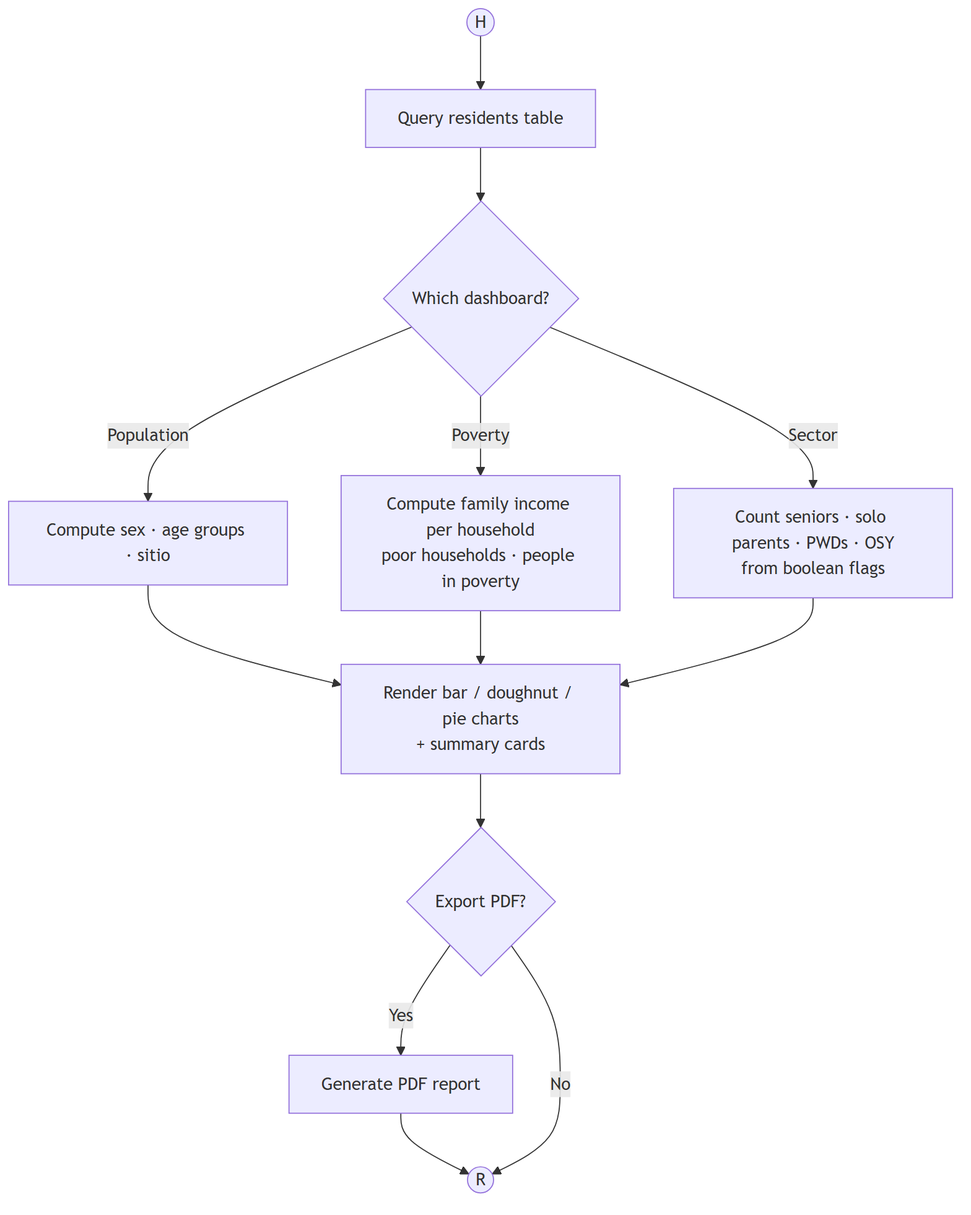
Before: diagrams/modules/analytics_dashboards.png, a diagram exported from Mermaid (KellyEspera/protect). Its source is kept beside it as diagrams/modules/analytics_dashboards.mmd.
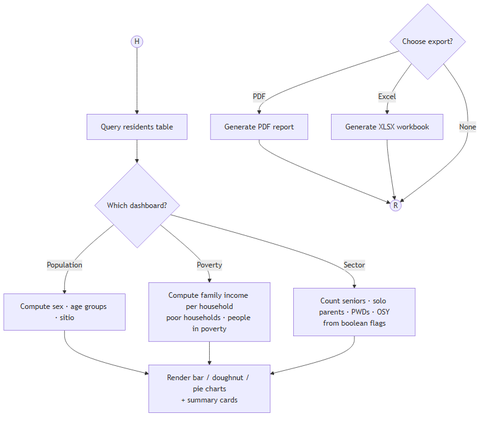
After the change.

Change to the diagram source:
```diff
@@ -9,6 +9,7 @@
     P1 --> Render[Render bar / doughnut / pie charts<br/>+ summary cards]
     P2 --> Render
     P3 --> Render
-    Render --> Export{Export PDF?}
-    Export -- Yes --> PDF[Generate PDF report] --> R((R))
-    Export -- No --> R
+    Export{Choose export?}
+    Export -- PDF --> PDF[Generate PDF report] --> R((R))
+    Export -- Excel --> Excel[Generate XLSX workbook] --> R((R))
+    Export -- None --> R
```
